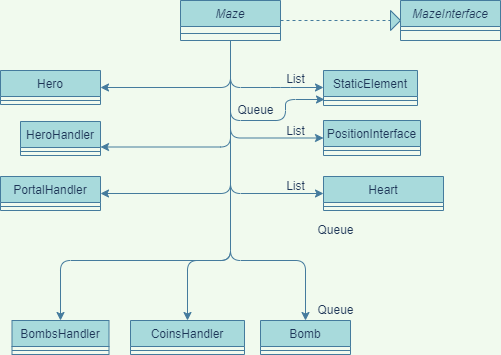
Before: docs/UML/ClassDiagramsUML/MazeUML.png, a diagram exported from draw.io (eduardo-mdc/Maze-Conqueror). Source tidied: cells renumbered, new cells last; positions are measured from the earlier drawing's top-left corner, leaving out a move shared by most shapes.
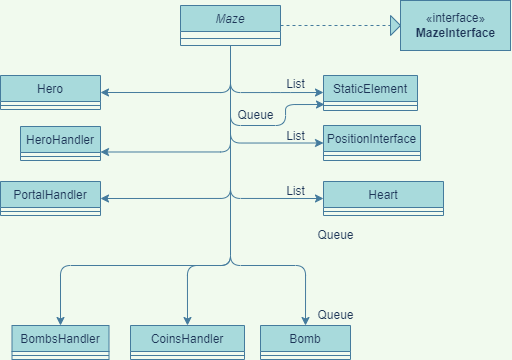
After the commit.

Change to the diagram source:
```diff
@@ -51,12 +51,6 @@
     <mxCell id="13" style="line;html=1;strokeWidth=1;align=left;verticalAlign=middle;spacingTop=-1;spacingLeft=3;spacingRight=3;labelPosition=right;labelBackgroundColor=#F1FAEE;fillColor=#A8DADC;strokeColor=#457B9D;fontColor=#1D3557;" parent="12" vertex="1">
       <mxGeometry y="26" width="100" height="8" as="geometry" />
     </mxCell>
-    <mxCell id="14" value="MazeInterface" style="swimlane;fontStyle=2;align=center;verticalAlign=top;horizontal=1;startSize=26;rounded=0;shadow=0;strokeWidth=1;fillColor=#A8DADC;strokeColor=#457B9D;fontColor=#1D3557;" parent="1" vertex="1">
-      <mxGeometry x="400" width="100" height="40" as="geometry" />
-    </mxCell>
-    <mxCell id="15" style="line;html=1;strokeWidth=1;align=left;verticalAlign=middle;spacingTop=-1;spacingLeft=3;spacingRight=3;labelPosition=right;labelBackgroundColor=#F1FAEE;fillColor=#A8DADC;strokeColor=#457B9D;fontColor=#1D3557;" parent="14" vertex="1">
-      <mxGeometry y="26" width="100" height="8" as="geometry" />
-    </mxCell>
     <mxCell id="16" style="endArrow=none;dashed=1;html=1;rounded=1;sketch=0;fontColor=#1D3557;strokeColor=#457B9D;fillColor=#A8DADC;curved=0;startArrow=none;" parent="1" edge="1" source="17">
       <mxGeometry relative="1" as="geometry">
         <mxPoint x="400" y="20" as="targetPoint" />
@@ -187,5 +181,8 @@
     <mxCell id="42" value="Queue" style="text;html=1;align=center;verticalAlign=middle;strokeColor=none;fillColor=none;fontColor=#1D3557;" parent="1" vertex="1">
       <mxGeometry x="230" y="100" width="50" height="20" as="geometry" />
     </mxCell>
+    <mxCell id="43" value="«interface»&lt;br&gt;&lt;b&gt;MazeInterface&lt;/b&gt;" style="html=1;rounded=0;sketch=0;fontColor=#1D3557;strokeColor=#457B9D;fillColor=#A8DADC;" parent="1" vertex="1">
+      <mxGeometry x="400" y="-5" width="110" height="50" as="geometry" />
+    </mxCell>
   </root>
 </mxGraphModel>
```
